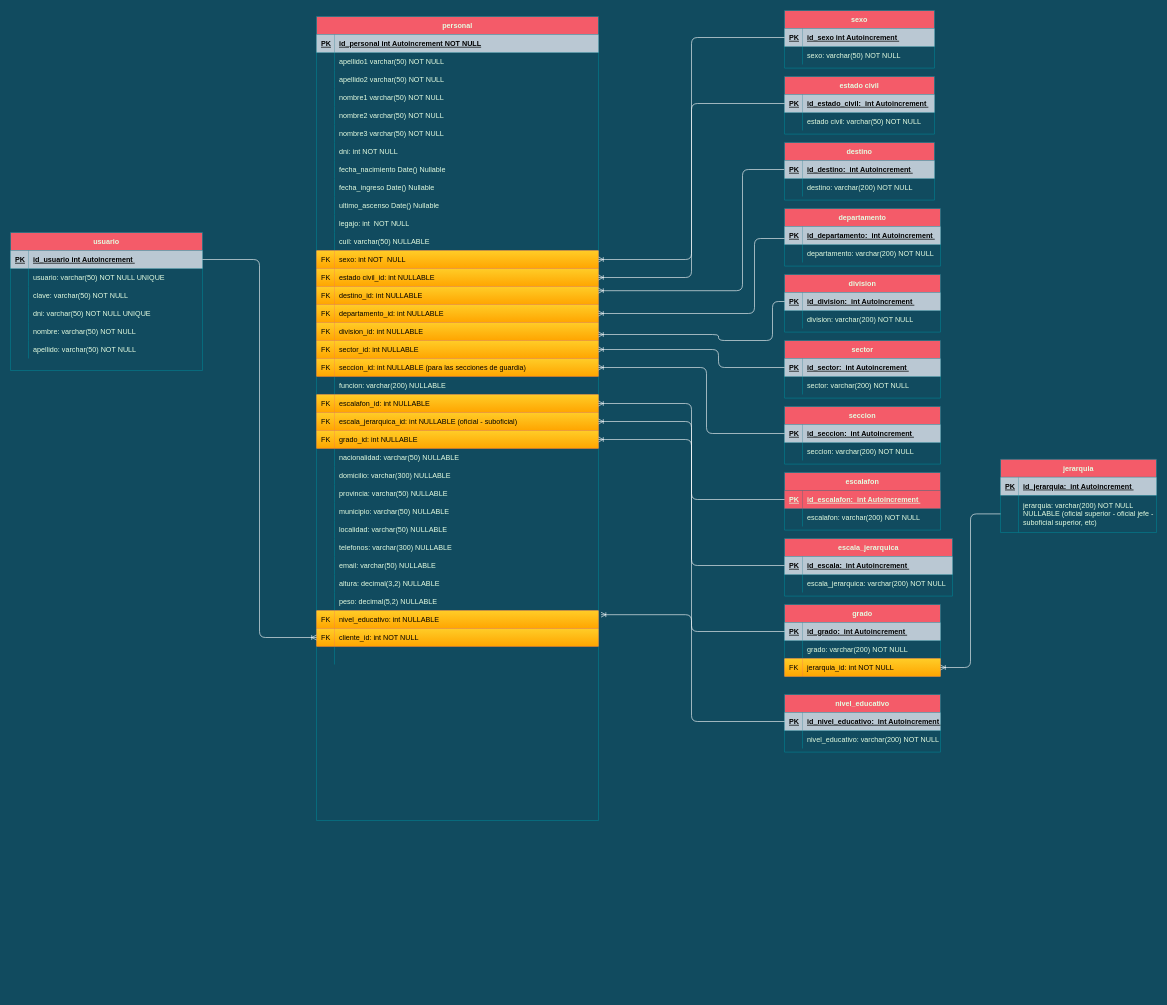
This is Cuerpo Penitenciario.drawio from FSALVA157/EsquemasER, a draw.io file, before an edit. Source tidied: cells renumbered, new cells numbered last; positions are measured from the earlier drawing's top-left corner, leaving out a move shared by most shapes. Both pictures are drawn from the tidied source at 60%, with x=0, y=0 at pixel (10, 10).
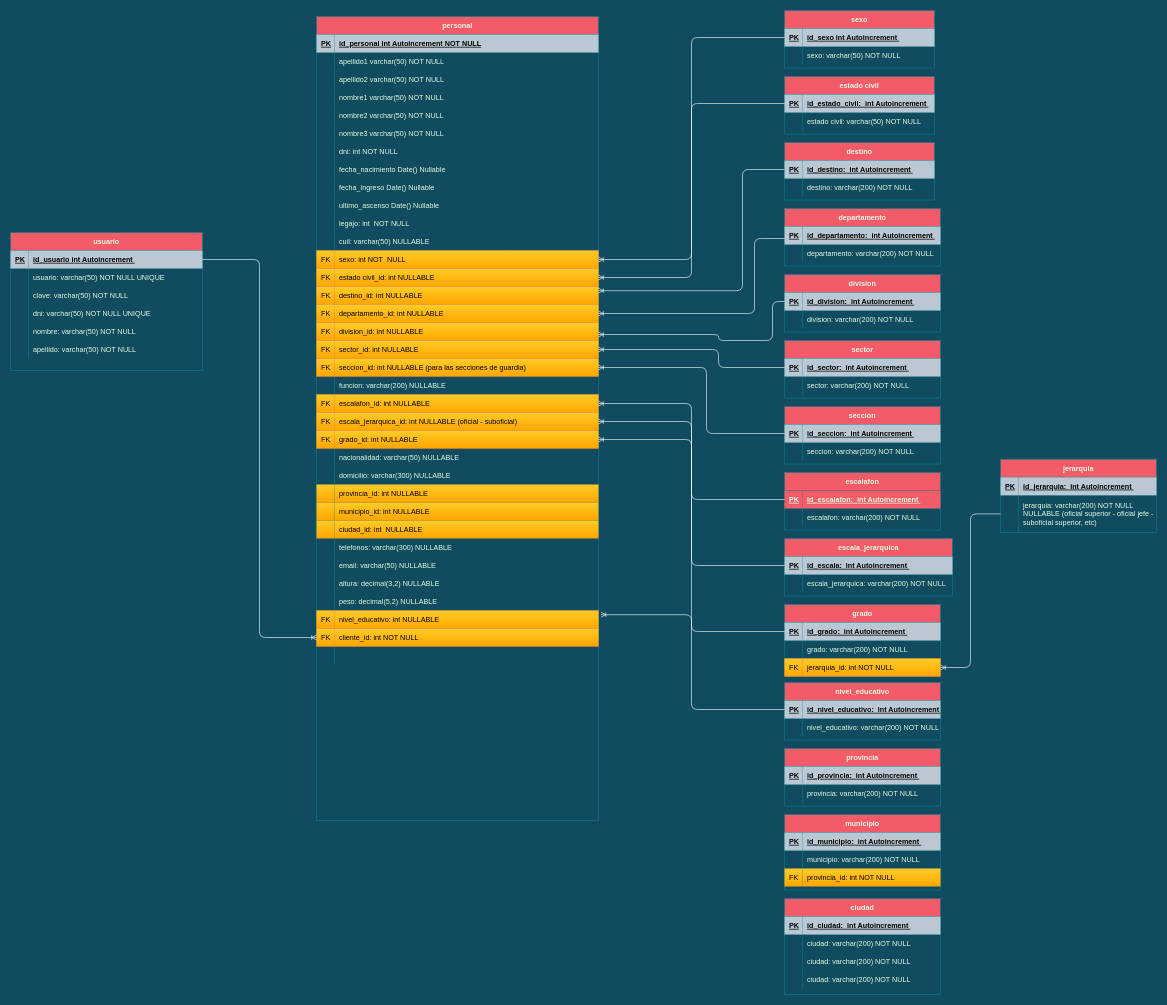
After the change.

Unchanged cells that the change refers to:
```xml
<mxCell id="78" style="shape=partialRectangle;fillColor=none;top=0;left=0;right=0;bottom=0;strokeColor=#028090;fontColor=#E4FDE1;" parent="2" vertex="1">
  <mxGeometry y="780" width="470" height="30" as="geometry" />
</mxCell>
<mxCell id="81" style="shape=partialRectangle;fillColor=none;top=0;left=0;right=0;bottom=0;strokeColor=#028090;fontColor=#E4FDE1;" parent="2" vertex="1">
  <mxGeometry y="810" width="470" height="30" as="geometry" />
</mxCell>
<mxCell id="84" style="shape=partialRectangle;fillColor=none;top=0;left=0;right=0;bottom=0;strokeColor=#028090;fontColor=#E4FDE1;" parent="2" vertex="1">
  <mxGeometry y="840" width="470" height="30" as="geometry" />
</mxCell>
```

What changed in the source:
```diff
@@
-    <mxCell id="79" style="shape=partialRectangle;overflow=hidden;fillColor=none;top=0;left=0;bottom=0;right=0;strokeColor=#028090;fontColor=#E4FDE1;" parent="78" vertex="1">
+    <mxCell id="79" style="shape=partialRectangle;overflow=hidden;fillColor=#ffcd28;top=0;left=0;bottom=0;right=0;strokeColor=#d79b00;fontColor=#000000;align=left;strokeWidth=1;gradientColor=#ffa500;spacingLeft=6;" parent="78" vertex="1">
       <mxGeometry width="30" height="30" as="geometry" />
     </mxCell>
-    <mxCell id="80" value="provincia: varchar(50) NULLABLE" style="shape=partialRectangle;overflow=hidden;top=0;left=0;bottom=0;right=0;align=left;spacingLeft=6;perimeterSpacing=0;strokeWidth=1;opacity=0;labelBorderColor=none;fillColor=none;strokeColor=#028090;fontColor=#E4FDE1;" parent="78" vertex="1">
+    <mxCell id="80" value="provincia_id: int NULLABLE" style="shape=partialRectangle;overflow=hidden;top=0;left=0;bottom=0;right=0;align=left;spacingLeft=6;perimeterSpacing=0;strokeWidth=1;labelBorderColor=none;fillColor=#ffcd28;strokeColor=#d79b00;fontColor=#000000;gradientColor=#ffa500;" parent="78" vertex="1">
       <mxGeometry x="30" width="440" height="30" as="geometry" />
     </mxCell>
@@
-    <mxCell id="82" style="shape=partialRectangle;overflow=hidden;fillColor=none;top=0;left=0;bottom=0;right=0;strokeColor=#028090;fontColor=#E4FDE1;" parent="81" vertex="1">
+    <mxCell id="82" style="shape=partialRectangle;overflow=hidden;fillColor=#ffcd28;top=0;left=0;bottom=0;right=0;strokeColor=#d79b00;fontColor=#000000;align=left;strokeWidth=1;gradientColor=#ffa500;spacingLeft=6;" parent="81" vertex="1">
       <mxGeometry width="30" height="30" as="geometry" />
     </mxCell>
-    <mxCell id="83" value="municipio: varchar(50) NULLABLE" style="shape=partialRectangle;overflow=hidden;top=0;left=0;bottom=0;right=0;align=left;spacingLeft=6;perimeterSpacing=0;strokeWidth=1;opacity=0;labelBorderColor=none;fillColor=none;strokeColor=#028090;fontColor=#E4FDE1;" parent="81" vertex="1">
+    <mxCell id="83" value="municipio_id: int NULLABLE" style="shape=partialRectangle;overflow=hidden;top=0;left=0;bottom=0;right=0;align=left;spacingLeft=6;perimeterSpacing=0;strokeWidth=1;labelBorderColor=none;fillColor=#ffcd28;strokeColor=#d79b00;fontColor=#000000;gradientColor=#ffa500;" parent="81" vertex="1">
       <mxGeometry x="30" width="440" height="30" as="geometry" />
     </mxCell>
@@
-    <mxCell id="85" style="shape=partialRectangle;overflow=hidden;fillColor=none;top=0;left=0;bottom=0;right=0;strokeColor=#028090;fontColor=#E4FDE1;" parent="84" vertex="1">
+    <mxCell id="85" style="shape=partialRectangle;overflow=hidden;fillColor=#ffcd28;top=0;left=0;bottom=0;right=0;strokeColor=#d79b00;fontColor=#000000;align=left;strokeWidth=1;gradientColor=#ffa500;spacingLeft=6;" parent="84" vertex="1">
       <mxGeometry width="30" height="30" as="geometry" />
     </mxCell>
-    <mxCell id="86" value="localidad: varchar(50) NULLABLE" style="shape=partialRectangle;overflow=hidden;top=0;left=0;bottom=0;right=0;align=left;spacingLeft=6;perimeterSpacing=0;strokeWidth=1;opacity=0;labelBorderColor=none;fillColor=none;strokeColor=#028090;fontColor=#E4FDE1;" parent="84" vertex="1">
+    <mxCell id="86" value="ciudad_id: int  NULLABLE" style="shape=partialRectangle;overflow=hidden;top=0;left=0;bottom=0;right=0;align=left;spacingLeft=6;perimeterSpacing=0;strokeWidth=1;labelBorderColor=none;fillColor=#ffcd28;strokeColor=#d79b00;fontColor=#000000;gradientColor=#ffa500;" parent="84" vertex="1">
       <mxGeometry x="30" width="440" height="30" as="geometry" />
     </mxCell>
@@
     <mxCell id="199" value="nivel_educativo" style="shape=table;startSize=30;childLayout=tableLayout;rowLines=0;fontStyle=1;align=center;fillColor=#F45B69;strokeColor=#028090;fontColor=#E4FDE1;" parent="1" vertex="1">
-      <mxGeometry x="1290" y="1140" width="260" height="96" as="geometry" />
+      <mxGeometry x="1290" y="1120" width="260" height="96" as="geometry" />
     </mxCell>
@@
+    <mxCell id="227" value="provincia" style="shape=table;startSize=30;childLayout=tableLayout;rowLines=0;fontStyle=1;align=center;fillColor=#F45B69;strokeColor=#028090;fontColor=#E4FDE1;" parent="1" vertex="1">
+      <mxGeometry x="1290" y="1230" width="260" height="96" as="geometry" />
+    </mxCell>
+    <mxCell id="228" style="shape=partialRectangle;fillColor=none;top=0;left=0;right=0;bottom=1;strokeColor=#028090;fontColor=#E4FDE1;" parent="227" vertex="1">
+      <mxGeometry y="30" width="260" height="30" as="geometry" />
+    </mxCell>
+    <mxCell id="229" value="PK" style="shape=partialRectangle;overflow=hidden;fillColor=#bac8d3;top=0;left=0;bottom=0;right=0;fontStyle=5;align=left;strokeColor=#23445d;spacingLeft=6;fontColor=#000000;" parent="228" vertex="1">
+      <mxGeometry width="30" height="30" as="geometry" />
+    </mxCell>
+    <mxCell id="230" value="id_provincia:  int Autoincrement " style="shape=partialRectangle;overflow=hidden;fillColor=#bac8d3;top=0;left=0;bottom=0;right=0;align=left;fontStyle=5;strokeColor=#23445d;spacingLeft=6;fontColor=#000000;" parent="228" vertex="1">
+      <mxGeometry x="30" width="230" height="30" as="geometry" />
+    </mxCell>
+    <mxCell id="231" style="shape=partialRectangle;fillColor=none;top=0;left=0;right=0;bottom=0;strokeColor=#028090;fontColor=#E4FDE1;" parent="227" vertex="1">
+      <mxGeometry y="60" width="260" height="30" as="geometry" />
+    </mxCell>
+    <mxCell id="232" style="shape=partialRectangle;overflow=hidden;fillColor=none;top=0;left=0;bottom=0;right=0;strokeColor=#028090;fontColor=#E4FDE1;" parent="231" vertex="1">
+      <mxGeometry width="30" height="30" as="geometry" />
+    </mxCell>
+    <mxCell id="233" value="provincia: varchar(200) NOT NULL" style="shape=partialRectangle;overflow=hidden;fillColor=none;top=0;left=0;bottom=0;right=0;align=left;spacingLeft=6;strokeColor=#028090;fontColor=#E4FDE1;" parent="231" vertex="1">
+      <mxGeometry x="30" width="230" height="30" as="geometry" />
+    </mxCell>
+    <mxCell id="234" value="municipio" style="shape=table;startSize=30;childLayout=tableLayout;rowLines=0;fontStyle=1;align=center;fillColor=#F45B69;strokeColor=#028090;fontColor=#E4FDE1;" parent="1" vertex="1">
+      <mxGeometry x="1290" y="1340" width="260" height="126" as="geometry" />
+    </mxCell>
+    <mxCell id="235" style="shape=partialRectangle;fillColor=none;top=0;left=0;right=0;bottom=1;strokeColor=#028090;fontColor=#E4FDE1;" parent="234" vertex="1">
+      <mxGeometry y="30" width="260" height="30" as="geometry" />
+    </mxCell>
+    <mxCell id="236" value="PK" style="shape=partialRectangle;overflow=hidden;fillColor=#bac8d3;top=0;left=0;bottom=0;right=0;fontStyle=5;align=left;strokeColor=#23445d;spacingLeft=6;fontColor=#000000;" parent="235" vertex="1">
+      <mxGeometry width="30" height="30" as="geometry" />
+    </mxCell>
+    <mxCell id="237" value="id_municipio:  int Autoincrement " style="shape=partialRectangle;overflow=hidden;fillColor=#bac8d3;top=0;left=0;bottom=0;right=0;align=left;fontStyle=5;strokeColor=#23445d;spacingLeft=6;fontColor=#000000;" parent="235" vertex="1">
+      <mxGeometry x="30" width="230" height="30" as="geometry" />
+    </mxCell>
+    <mxCell id="238" style="shape=partialRectangle;fillColor=none;top=0;left=0;right=0;bottom=0;strokeColor=#028090;fontColor=#E4FDE1;" parent="234" vertex="1">
+      <mxGeometry y="60" width="260" height="30" as="geometry" />
+    </mxCell>
+    <mxCell id="239" style="shape=partialRectangle;overflow=hidden;fillColor=none;top=0;left=0;bottom=0;right=0;strokeColor=#028090;fontColor=#E4FDE1;" parent="238" vertex="1">
+      <mxGeometry width="30" height="30" as="geometry" />
+    </mxCell>
+    <mxCell id="240" value="municipio: varchar(200) NOT NULL" style="shape=partialRectangle;overflow=hidden;fillColor=none;top=0;left=0;bottom=0;right=0;align=left;spacingLeft=6;strokeColor=#028090;fontColor=#E4FDE1;" parent="238" vertex="1">
+      <mxGeometry x="30" width="230" height="30" as="geometry" />
+    </mxCell>
+    <mxCell id="241" style="shape=partialRectangle;fillColor=none;top=0;left=0;right=0;bottom=0;strokeColor=#028090;fontColor=#E4FDE1;" parent="234" vertex="1">
+      <mxGeometry y="90" width="260" height="30" as="geometry" />
+    </mxCell>
+    <mxCell id="242" value="FK" style="shape=partialRectangle;overflow=hidden;fillColor=#ffcd28;top=0;left=0;bottom=0;right=0;strokeColor=#d79b00;fontColor=#000000;align=left;strokeWidth=1;gradientColor=#ffa500;spacingLeft=6;" parent="241" vertex="1">
+      <mxGeometry width="30" height="30" as="geometry" />
+    </mxCell>
+    <mxCell id="243" value="provincia_id: int NOT NULL" style="shape=partialRectangle;overflow=hidden;fillColor=#ffcd28;top=0;left=0;bottom=0;right=0;align=left;spacingLeft=6;strokeColor=#d79b00;fontColor=#000000;strokeWidth=1;gradientColor=#ffa500;" parent="241" vertex="1">
+      <mxGeometry x="30" width="230" height="30" as="geometry" />
+    </mxCell>
+    <mxCell id="244" value="ciudad" style="shape=table;startSize=30;childLayout=tableLayout;rowLines=0;fontStyle=1;align=center;fillColor=#F45B69;strokeColor=#028090;fontColor=#E4FDE1;" parent="1" vertex="1">
+      <mxGeometry x="1290" y="1480" width="260" height="160" as="geometry" />
+    </mxCell>
+    <mxCell id="245" style="shape=partialRectangle;fillColor=none;top=0;left=0;right=0;bottom=1;strokeColor=#028090;fontColor=#E4FDE1;" parent="244" vertex="1">
+      <mxGeometry y="30" width="260" height="30" as="geometry" />
+    </mxCell>
+    <mxCell id="246" value="PK" style="shape=partialRectangle;overflow=hidden;fillColor=#bac8d3;top=0;left=0;bottom=0;right=0;fontStyle=5;align=left;strokeColor=#23445d;spacingLeft=6;fontColor=#000000;" parent="245" vertex="1">
+      <mxGeometry width="30" height="30" as="geometry" />
+    </mxCell>
+    <mxCell id="247" value="id_ciudad:  int Autoincrement " style="shape=partialRectangle;overflow=hidden;fillColor=#bac8d3;top=0;left=0;bottom=0;right=0;align=left;fontStyle=5;strokeColor=#23445d;spacingLeft=6;fontColor=#000000;" parent="245" vertex="1">
+      <mxGeometry x="30" width="230" height="30" as="geometry" />
+    </mxCell>
+    <mxCell id="248" style="shape=partialRectangle;fillColor=none;top=0;left=0;right=0;bottom=0;strokeColor=#028090;fontColor=#E4FDE1;" parent="244" vertex="1">
+      <mxGeometry y="60" width="260" height="30" as="geometry" />
+    </mxCell>
+    <mxCell id="249" style="shape=partialRectangle;overflow=hidden;fillColor=none;top=0;left=0;bottom=0;right=0;strokeColor=#028090;fontColor=#E4FDE1;" parent="248" vertex="1">
+      <mxGeometry width="30" height="30" as="geometry" />
+    </mxCell>
+    <mxCell id="250" value="ciudad: varchar(200) NOT NULL" style="shape=partialRectangle;overflow=hidden;fillColor=none;top=0;left=0;bottom=0;right=0;align=left;spacingLeft=6;strokeColor=#028090;fontColor=#E4FDE1;" parent="248" vertex="1">
+      <mxGeometry x="30" width="230" height="30" as="geometry" />
+    </mxCell>
+    <mxCell id="251" style="shape=partialRectangle;fillColor=none;top=0;left=0;right=0;bottom=0;strokeColor=#028090;fontColor=#E4FDE1;" parent="244" vertex="1">
+      <mxGeometry y="90" width="260" height="30" as="geometry" />
+    </mxCell>
+    <mxCell id="252" style="shape=partialRectangle;overflow=hidden;fillColor=none;top=0;left=0;bottom=0;right=0;strokeColor=#028090;fontColor=#E4FDE1;" parent="251" vertex="1">
+      <mxGeometry width="30" height="30" as="geometry" />
+    </mxCell>
+    <mxCell id="253" value="ciudad: varchar(200) NOT NULL" style="shape=partialRectangle;overflow=hidden;fillColor=none;top=0;left=0;bottom=0;right=0;align=left;spacingLeft=6;strokeColor=#028090;fontColor=#E4FDE1;" parent="251" vertex="1">
+      <mxGeometry x="30" width="230" height="30" as="geometry" />
+    </mxCell>
+    <mxCell id="254" style="shape=partialRectangle;fillColor=none;top=0;left=0;right=0;bottom=0;strokeColor=#028090;fontColor=#E4FDE1;" parent="244" vertex="1">
+      <mxGeometry y="120" width="260" height="30" as="geometry" />
+    </mxCell>
+    <mxCell id="255" style="shape=partialRectangle;overflow=hidden;fillColor=none;top=0;left=0;bottom=0;right=0;strokeColor=#028090;fontColor=#E4FDE1;" parent="254" vertex="1">
+      <mxGeometry width="30" height="30" as="geometry" />
+    </mxCell>
+    <mxCell id="256" value="ciudad: varchar(200) NOT NULL" style="shape=partialRectangle;overflow=hidden;fillColor=none;top=0;left=0;bottom=0;right=0;align=left;spacingLeft=6;strokeColor=#028090;fontColor=#E4FDE1;" parent="254" vertex="1">
+      <mxGeometry x="30" width="230" height="30" as="geometry" />
+    </mxCell>
```
